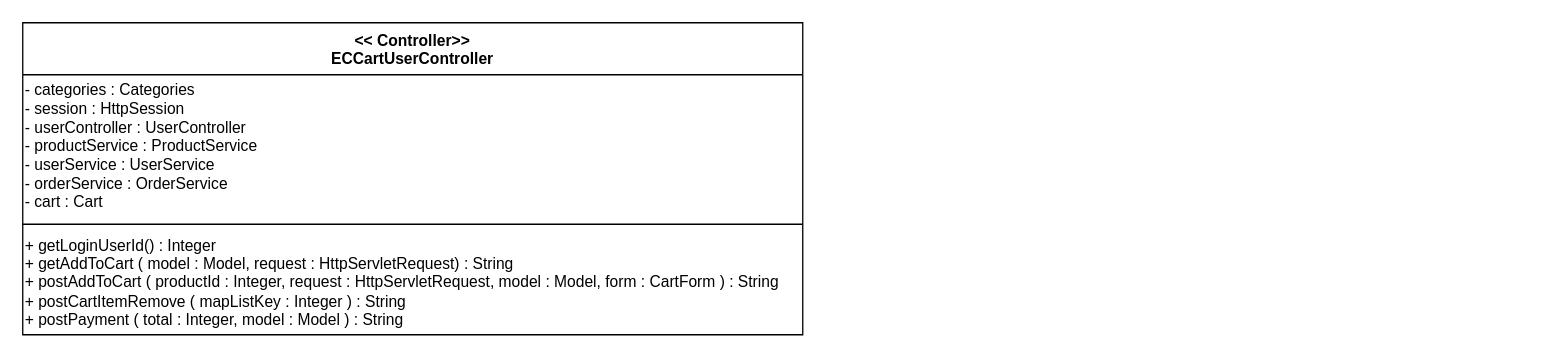
This is page "ショッピングカート機能（ユーザー用）" (20 of 20) of クラス図.drawio from kumikoarai/ecsite, a draw.io file, before an edit. Source tidied: cells renumbered, new cells numbered last; positions are measured from the earlier drawing's top-left corner, leaving out a move shared by most shapes. Both pictures are drawn from the tidied source at 130%, with x=0, y=0 at pixel (22, 22).
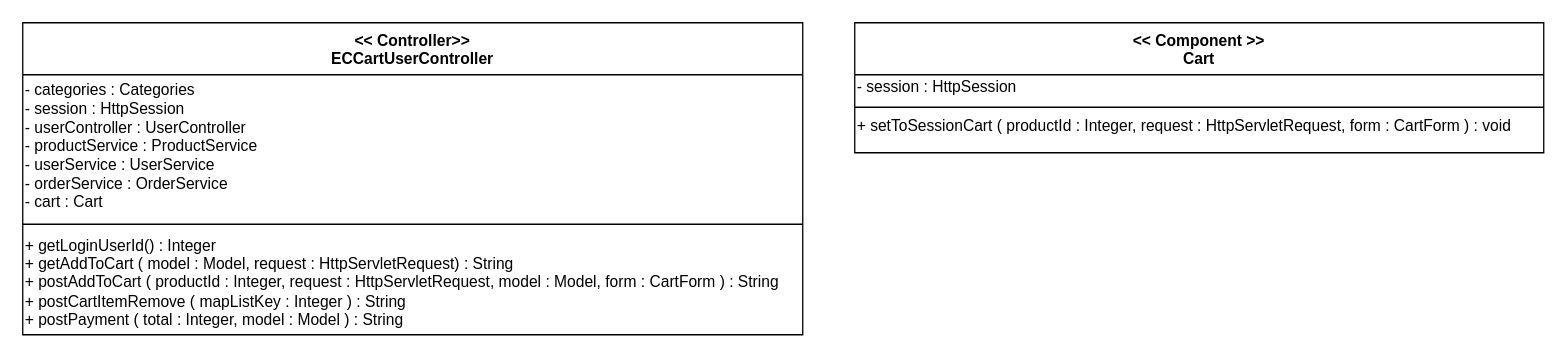
After the change.

Commit message (it also covers changes not shown here):
クラス図.drawio を更新します

Change to the diagram source:
```diff
@@
 <mxGraphModel>
   <root>
     <mxCell id="0" />
     <mxCell id="1" parent="0" />
     <mxCell id="2" value="&lt;&lt; Controller&gt;&gt;&#10;ECCartUserController" style="swimlane;fontStyle=1;align=center;verticalAlign=middle;horizontal=1;startSize=40;rounded=0;shadow=0;strokeWidth=1;" parent="1" vertex="1">
       <mxGeometry width="600" height="240" as="geometry" />
     </mxCell>
     <mxCell id="3" value="&lt;p style=&quot;margin-top: 0pt; margin-bottom: 0pt; margin-left: 0in; direction: ltr; unicode-bidi: embed; word-break: normal;&quot;&gt;- categories :&amp;nbsp;Categories&lt;/p&gt;&lt;p style=&quot;margin-top: 0pt; margin-bottom: 0pt; margin-left: 0in; direction: ltr; unicode-bidi: embed; word-break: normal;&quot;&gt;-&amp;nbsp;session :&amp;nbsp;HttpSession&lt;/p&gt;&lt;p style=&quot;margin-top: 0pt; margin-bottom: 0pt; margin-left: 0in; direction: ltr; unicode-bidi: embed; word-break: normal;&quot;&gt;-&amp;nbsp;userController :&amp;nbsp;UserController&lt;/p&gt;&lt;p style=&quot;margin-top: 0pt; margin-bottom: 0pt; margin-left: 0in; direction: ltr; unicode-bidi: embed; word-break: normal;&quot;&gt;-&amp;nbsp;productService :&amp;nbsp;ProductService&lt;/p&gt;&lt;p style=&quot;margin-top: 0pt; margin-bottom: 0pt; margin-left: 0in; direction: ltr; unicode-bidi: embed; word-break: normal;&quot;&gt;-&amp;nbsp;userService :&amp;nbsp;UserService&lt;/p&gt;&lt;p style=&quot;margin-top: 0pt; margin-bottom: 0pt; margin-left: 0in; direction: ltr; unicode-bidi: embed; word-break: normal;&quot;&gt;-&amp;nbsp;orderService :&amp;nbsp;OrderService&lt;/p&gt;&lt;p style=&quot;margin-top: 0pt; margin-bottom: 0pt; margin-left: 0in; direction: ltr; unicode-bidi: embed; word-break: normal;&quot;&gt;-&amp;nbsp;cart :&amp;nbsp;Cart&lt;/p&gt;" style="text;align=left;verticalAlign=middle;strokeColor=none;fillColor=none;spacing=2;html=1;spacingTop=-1;" parent="2" vertex="1">
       <mxGeometry y="40" width="600" height="110" as="geometry" />
     </mxCell>
     <mxCell id="4" style="line;html=1;strokeWidth=1;align=left;verticalAlign=middle;spacingTop=-1;spacingLeft=3;spacingRight=3;labelPosition=right;" parent="2" vertex="1">
       <mxGeometry y="150" width="600" height="10" as="geometry" />
     </mxCell>
     <mxCell id="5" value="&lt;p style=&quot;margin-top: 0pt; margin-bottom: 0pt; margin-left: 0in; direction: ltr; unicode-bidi: embed; word-break: normal;&quot;&gt;+&amp;nbsp;getLoginUserId() : Integer&lt;/p&gt;&lt;p style=&quot;margin-top: 0pt; margin-bottom: 0pt; margin-left: 0in; direction: ltr; unicode-bidi: embed; word-break: normal;&quot;&gt;+&amp;nbsp;getAddToCart ( model : Model, request : HttpServletRequest) : String&lt;/p&gt;&lt;p style=&quot;margin-top: 0pt; margin-bottom: 0pt; margin-left: 0in; direction: ltr; unicode-bidi: embed; word-break: normal;&quot;&gt;+&amp;nbsp;postAddToCart ( productId : Integer, request : HttpServletRequest, model : Model, form : CartForm ) : String&lt;/p&gt;&lt;p style=&quot;margin-top: 0pt; margin-bottom: 0pt; margin-left: 0in; direction: ltr; unicode-bidi: embed; word-break: normal;&quot;&gt;+&amp;nbsp;postCartItemRemove ( mapListKey : Integer ) : String&lt;/p&gt;&lt;p style=&quot;margin-top: 0pt; margin-bottom: 0pt; margin-left: 0in; direction: ltr; unicode-bidi: embed; word-break: normal;&quot;&gt;+&amp;nbsp;postPayment ( total : Integer, model : Model ) : String&lt;/p&gt;" style="text;align=left;verticalAlign=middle;strokeColor=none;fillColor=none;spacing=2;html=1;spacingTop=-1;" parent="2" vertex="1">
       <mxGeometry y="160" width="600" height="80" as="geometry" />
     </mxCell>
+    <mxCell id="6" value="&lt;&lt; Component &gt;&gt;&#10;Cart" style="swimlane;fontStyle=1;align=center;verticalAlign=middle;horizontal=1;startSize=40;rounded=0;shadow=0;strokeWidth=1;" parent="1" vertex="1">
+      <mxGeometry x="640" width="530" height="100" as="geometry" />
+    </mxCell>
+    <mxCell id="7" value="&lt;p style=&quot;margin-top: 0pt; margin-bottom: 0pt; margin-left: 0in; direction: ltr; unicode-bidi: embed; word-break: normal;&quot;&gt;- session :&amp;nbsp;HttpSession&lt;/p&gt;" style="text;align=left;verticalAlign=middle;strokeColor=none;fillColor=none;spacing=2;html=1;spacingTop=-1;" parent="6" vertex="1">
+      <mxGeometry y="40" width="530" height="20" as="geometry" />
+    </mxCell>
+    <mxCell id="8" style="line;html=1;strokeWidth=1;align=left;verticalAlign=middle;spacingTop=-1;spacingLeft=3;spacingRight=3;labelPosition=right;" parent="6" vertex="1">
+      <mxGeometry y="60" width="530" height="10" as="geometry" />
+    </mxCell>
+    <mxCell id="9" value="&lt;p style=&quot;margin-top: 0pt; margin-bottom: 0pt; margin-left: 0in; direction: ltr; unicode-bidi: embed; word-break: normal;&quot;&gt;+&amp;nbsp;setToSessionCart ( productId : Integer, request : HttpServletRequest, form : CartForm ) : void&lt;/p&gt;" style="text;align=left;verticalAlign=middle;strokeColor=none;fillColor=none;spacing=2;html=1;spacingTop=-1;" parent="6" vertex="1">
+      <mxGeometry y="70" width="530" height="20" as="geometry" />
+    </mxCell>
   </root>
 </mxGraphModel>
```
